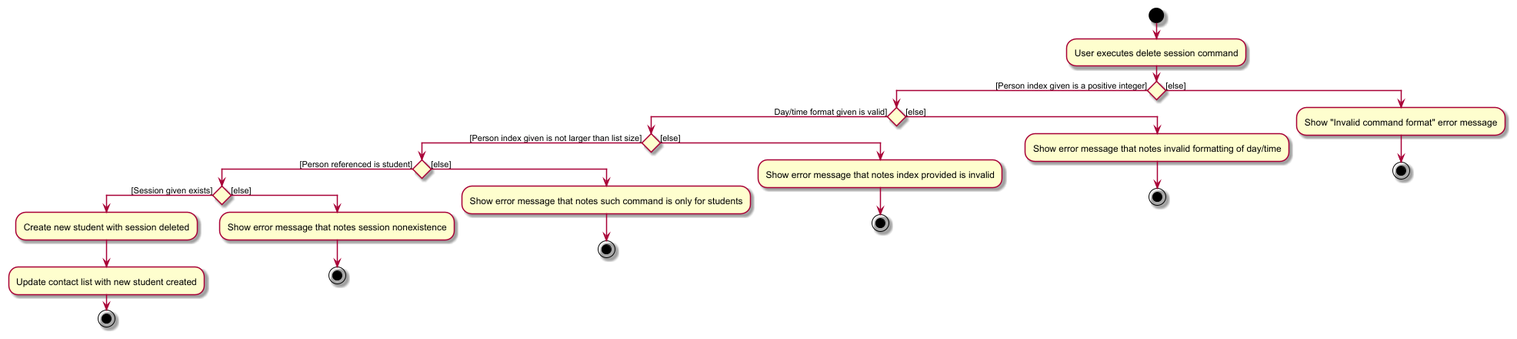
Earlier version of the PlantUML export docs/images/DeleteSessionActivityDiagram.png (tgonet/tp). The source it was exported from:
```plantuml
@startuml
skin rose

start
:User executes delete session command;
if () then ([Person index given is a positive integer])
    if () then (Day/time format given is valid])
        if () then ([Person index given is not larger than list size])
            if () then ([Person referenced is student])
                if () then ([Session given exists])
                    :Create new student with session deleted;
                    :Update contact list with new student created;
                    stop
                else ([else])
                    :Show error message that notes session nonexistence;
                    stop
                endif
            else ([else])
                :Show error message that notes such command is only for students;
                stop
            endif
        else ([else])
            :Show error message that notes index provided is invalid;
            stop
        endif
    else ([else])
        :Show error message that notes invalid formatting of day/time;
        stop
    endif
else ([else])
    :Show "Invalid command format" error message;
    stop
endif

@enduml
```
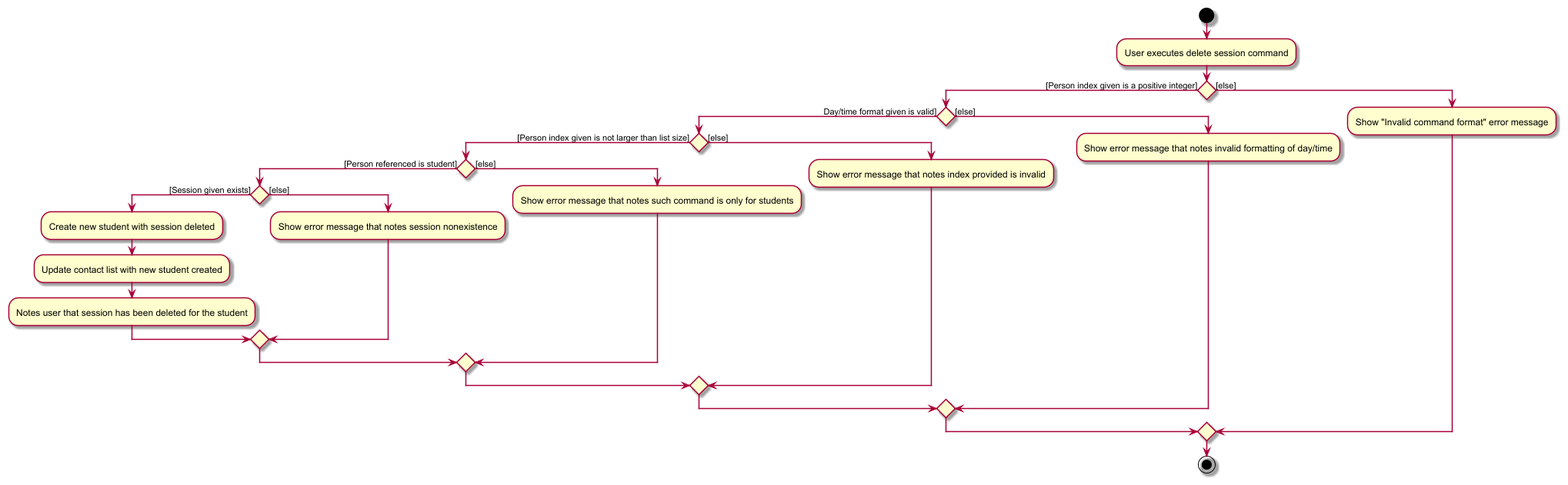
Above is the later version.

Commit message:
Fix activity diagram notation errors

The edit, as a diff of the source:
```diff
@@ -10,26 +10,22 @@
                 if () then ([Session given exists])
                     :Create new student with session deleted;
                     :Update contact list with new student created;
-                    stop
+                    :Notes user that session has been deleted for the student;
                 else ([else])
                     :Show error message that notes session nonexistence;
-                    stop
                 endif
             else ([else])
                 :Show error message that notes such command is only for students;
-                stop
             endif
         else ([else])
             :Show error message that notes index provided is invalid;
-            stop
         endif
     else ([else])
         :Show error message that notes invalid formatting of day/time;
-        stop
     endif
 else ([else])
     :Show "Invalid command format" error message;
-    stop
 endif
+stop
 
 @enduml
```
